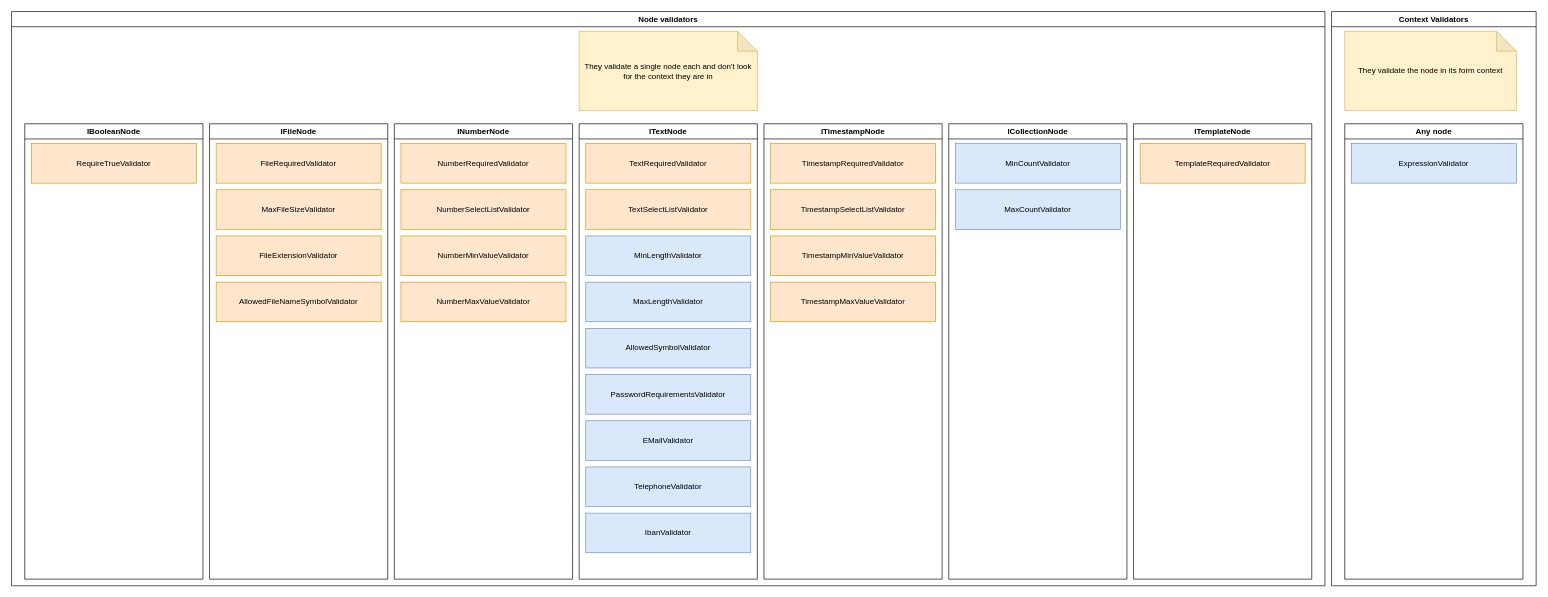
Above: doc/forms-concept/validators.drawio in RGXStorm281/common (draw.io), before the change. Source tidied: cells renumbered, new cells numbered last; positions are measured from the earlier drawing's top-left corner, leaving out a move shared by most shapes. Both pictures are drawn from the tidied source at 66%, with x=0, y=0 at pixel (11, 11).
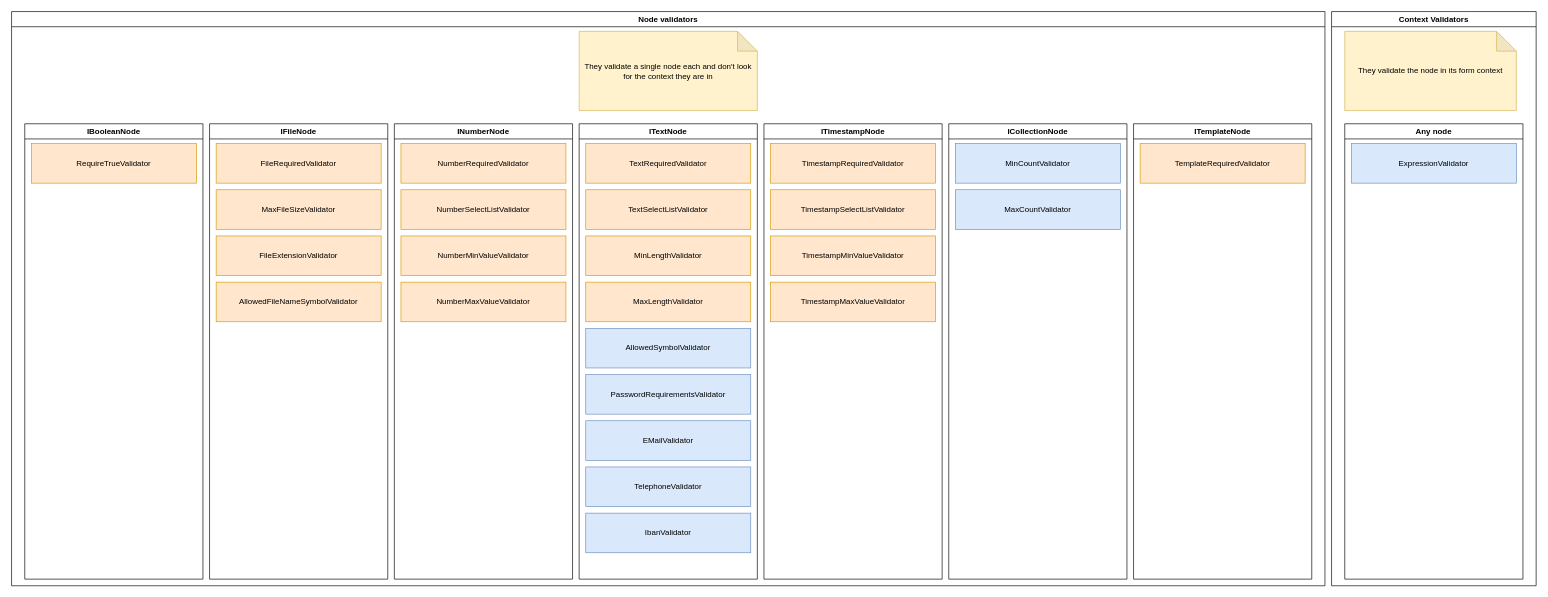
After the change.

Commit message (it also covers changes not shown here):
Tests for (dependent) min / max length validators

Unchanged cells that the change refers to:
```xml
<mxCell id="16" value="ITextNode" style="swimlane;whiteSpace=wrap;html=1;" parent="2" vertex="1">
  <mxGeometry x="860" y="170" width="270" height="690" as="geometry" />
</mxCell>
```

Change to the diagram source:
```diff
@@
-    <mxCell id="18" value="MinLengthValidator" style="rounded=0;whiteSpace=wrap;html=1;fillColor=#dae8fc;strokeColor=#6c8ebf;" parent="16" vertex="1">
+    <mxCell id="18" value="MinLengthValidator" style="rounded=0;whiteSpace=wrap;html=1;fillColor=#ffe6cc;strokeColor=#d79b00;" parent="16" vertex="1">
       <mxGeometry x="10" y="170" width="250" height="60" as="geometry" />
     </mxCell>
-    <mxCell id="19" value="MaxLengthValidator" style="rounded=0;whiteSpace=wrap;html=1;fillColor=#dae8fc;strokeColor=#6c8ebf;" parent="16" vertex="1">
+    <mxCell id="19" value="MaxLengthValidator" style="rounded=0;whiteSpace=wrap;html=1;fillColor=#ffe6cc;strokeColor=#d79b00;" parent="16" vertex="1">
       <mxGeometry x="10" y="240" width="250" height="60" as="geometry" />
     </mxCell>
```
